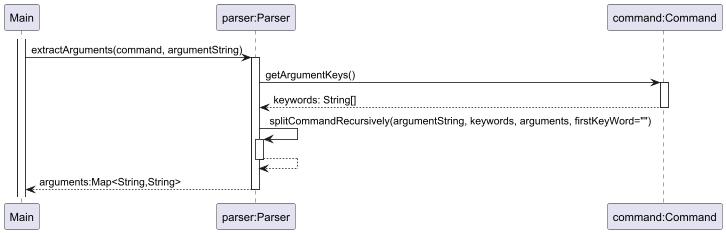
This is docs/diagrams/parser/extract-arguments-sequence.png from nus-cs2113-AY2425S1/tp, a PlantUML export, as it was before one commit.
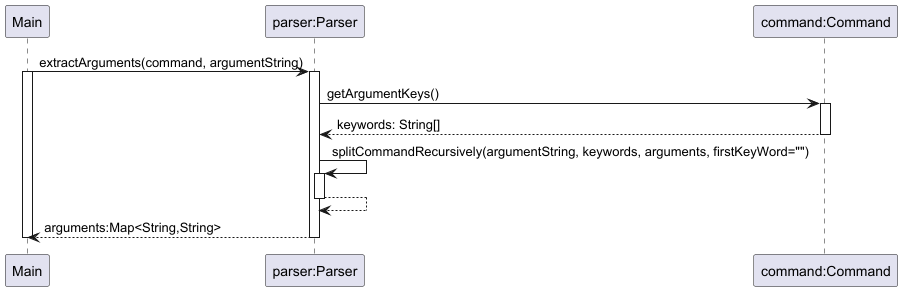
The same diagram one commit later.

What changed in the source:
```diff
@@ -1,9 +1,9 @@
 @startuml
 participant "Main" as Main
-activate Main
 
 participant "parser:Parser" as Parser
 Main -> Parser: extractArguments(command, argumentString)
+activate Main
 activate Parser
 
 participant "command:Command" as Command
@@ -19,4 +19,5 @@
 
 Parser --> Main: arguments:Map<String,String>
 deactivate Parser
+deactivate Main
 @enduml
```
